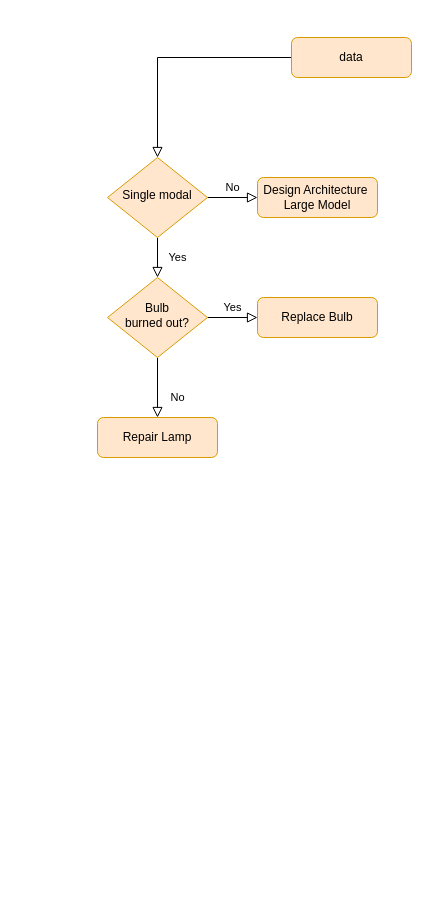
Landau1994/learngit keeps this draw.io diagram as Untitled Diagram.drawio. Above is the earlier version. Source tidied: cells renumbered, new cells numbered last; positions are measured from the earlier drawing's top-left corner, leaving out a move shared by most shapes. Both pictures are drawn from the tidied source at 100%, with x=0, y=0 at pixel (97, 37).
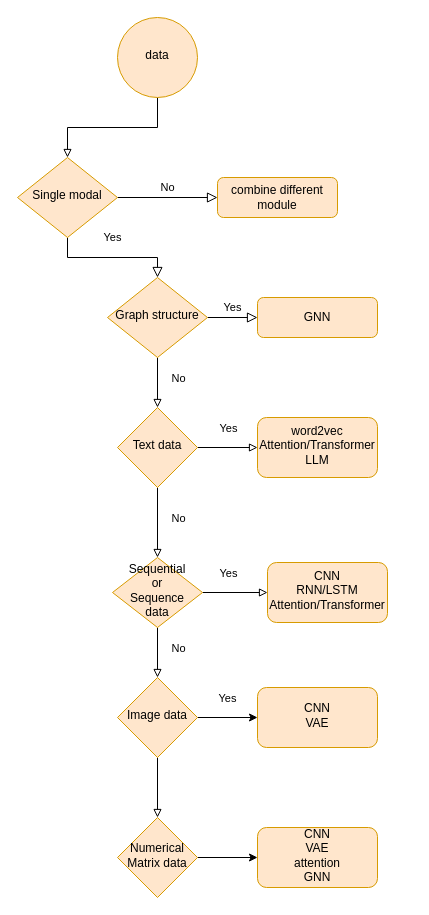
The same diagram, later.

What changed in the source:
```diff
@@
-    <mxCell id="2" style="rounded=0;html=1;jettySize=auto;fontSize=11;endArrow=block;endFill=0;endSize=8;strokeWidth=1;shadow=0;labelBackgroundColor=none;edgeStyle=orthogonalEdgeStyle;" parent="1" edge="1" source="3" target="6">
-      <mxGeometry relative="1" as="geometry" />
-    </mxCell>
-    <mxCell id="3" value="data" style="rounded=1;whiteSpace=wrap;html=1;fontSize=12;glass=0;strokeWidth=1;shadow=0;fillColor=#ffe6cc;strokeColor=#d79b00;" parent="1" vertex="1">
-      <mxGeometry x="194" width="120" height="40" as="geometry" />
-    </mxCell>
@@
     <mxCell id="6" value="Single modal" style="rhombus;whiteSpace=wrap;html=1;shadow=0;fontFamily=Helvetica;fontSize=12;align=center;strokeWidth=1;spacing=6;spacingTop=-4;fillColor=#ffe6cc;strokeColor=#d79b00;" parent="1" vertex="1">
-      <mxGeometry x="10" y="120" width="100" height="80" as="geometry" />
+      <mxGeometry x="-80" y="120" width="100" height="80" as="geometry" />
     </mxCell>
-    <mxCell id="7" value="Design Architecture&amp;nbsp;&lt;br&gt;Large Model" style="rounded=1;whiteSpace=wrap;html=1;fontSize=12;glass=0;strokeWidth=1;shadow=0;fillColor=#ffe6cc;strokeColor=#d79b00;" parent="1" vertex="1">
-      <mxGeometry x="160" y="140" width="120" height="40" as="geometry" />
+    <mxCell id="7" value="combine different module" style="rounded=1;whiteSpace=wrap;html=1;fontSize=12;glass=0;strokeWidth=1;shadow=0;fillColor=#ffe6cc;strokeColor=#d79b00;" parent="1" vertex="1">
+      <mxGeometry x="120" y="140" width="120" height="40" as="geometry" />
     </mxCell>
-    <mxCell id="8" value="No" style="rounded=0;html=1;jettySize=auto;fontSize=11;endArrow=block;endFill=0;endSize=8;strokeWidth=1;shadow=0;labelBackgroundColor=none;edgeStyle=orthogonalEdgeStyle;" parent="1" edge="1" source="10" target="11">
-      <mxGeometry x="0.33" y="20" relative="1" as="geometry" />
-    </mxCell>
@@
+    <mxCell id="13" style="edgeStyle=orthogonalEdgeStyle;rounded=0;jettySize=auto;html=1;endArrow=block;endFill=0;" parent="1" edge="1" source="10" target="19">
+      <mxGeometry relative="1" as="geometry" />
+    </mxCell>
+    <mxCell id="14" value="No" style="edgeLabel;html=1;align=center;verticalAlign=middle;" parent="13" vertex="1">
+      <mxGeometry x="-0.04" y="-1" relative="1" as="geometry">
+        <mxPoint x="21" y="-4" as="offset" />
+      </mxGeometry>
+    </mxCell>
-    <mxCell id="10" value="Bulb&lt;br&gt;burned out?" style="rhombus;whiteSpace=wrap;html=1;shadow=0;fontFamily=Helvetica;fontSize=12;align=center;strokeWidth=1;spacing=6;spacingTop=-4;fillColor=#ffe6cc;strokeColor=#d79b00;" parent="1" vertex="1">
+    <mxCell id="10" value="Graph structure" style="rhombus;whiteSpace=wrap;html=1;shadow=0;fontFamily=Helvetica;fontSize=12;align=center;strokeWidth=1;spacing=6;spacingTop=-4;fillColor=#ffe6cc;strokeColor=#d79b00;" parent="1" vertex="1">
       <mxGeometry x="10" y="240" width="100" height="80" as="geometry" />
     </mxCell>
-    <mxCell id="11" value="Repair Lamp" style="rounded=1;whiteSpace=wrap;html=1;fontSize=12;glass=0;strokeWidth=1;shadow=0;fillColor=#ffe6cc;strokeColor=#d79b00;" parent="1" vertex="1">
-      <mxGeometry y="380" width="120" height="40" as="geometry" />
-    </mxCell>
-    <mxCell id="12" value="Replace Bulb" style="rounded=1;whiteSpace=wrap;html=1;fontSize=12;glass=0;strokeWidth=1;shadow=0;fillColor=#ffe6cc;strokeColor=#d79b00;" parent="1" vertex="1">
+    <mxCell id="12" value="GNN" style="rounded=1;whiteSpace=wrap;html=1;fontSize=12;glass=0;strokeWidth=1;shadow=0;fillColor=#ffe6cc;strokeColor=#d79b00;" parent="1" vertex="1">
       <mxGeometry x="160" y="260" width="120" height="40" as="geometry" />
     </mxCell>
+    <mxCell id="15" style="edgeStyle=orthogonalEdgeStyle;rounded=0;jettySize=auto;html=1;endArrow=block;endFill=0;" parent="1" edge="1" source="19" target="24">
+      <mxGeometry relative="1" as="geometry" />
+    </mxCell>
+    <mxCell id="16" value="No" style="edgeLabel;html=1;align=center;verticalAlign=middle;" parent="15" vertex="1">
+      <mxGeometry x="-0.14" y="-3" relative="1" as="geometry">
+        <mxPoint x="23" as="offset" />
+      </mxGeometry>
+    </mxCell>
+    <mxCell id="17" style="edgeStyle=orthogonalEdgeStyle;rounded=0;jettySize=auto;html=1;endArrow=block;endFill=0;" parent="1" edge="1" source="19" target="25">
+      <mxGeometry relative="1" as="geometry" />
+    </mxCell>
+    <mxCell id="18" value="Yes" style="edgeLabel;html=1;align=center;verticalAlign=middle;" parent="17" vertex="1">
+      <mxGeometry x="0.07" y="-4" relative="1" as="geometry">
+        <mxPoint x="-2" y="-24" as="offset" />
+      </mxGeometry>
+    </mxCell>
+    <mxCell id="19" value="Text data" style="rhombus;whiteSpace=wrap;html=1;fillColor=#ffe6cc;strokeColor=#d79b00;shadow=0;strokeWidth=1;spacing=6;spacingTop=-4;" parent="1" vertex="1">
+      <mxGeometry x="20" y="370" width="80" height="80" as="geometry" />
+    </mxCell>
+    <mxCell id="20" style="edgeStyle=orthogonalEdgeStyle;rounded=0;jettySize=auto;html=1;endArrow=block;endFill=0;" parent="1" edge="1" source="24" target="26">
+      <mxGeometry relative="1" as="geometry" />
+    </mxCell>
+    <mxCell id="21" value="Yes" style="edgeLabel;html=1;align=center;verticalAlign=middle;" parent="20" vertex="1">
+      <mxGeometry x="-0.38" y="-2" relative="1" as="geometry">
+        <mxPoint x="5" y="-22" as="offset" />
+      </mxGeometry>
+    </mxCell>
+    <mxCell id="22" style="edgeStyle=orthogonalEdgeStyle;rounded=0;jettySize=auto;html=1;endArrow=block;endFill=0;" parent="1" edge="1" source="24" target="30">
+      <mxGeometry relative="1" as="geometry" />
+    </mxCell>
+    <mxCell id="23" value="No" style="edgeLabel;html=1;align=center;verticalAlign=middle;" parent="22" vertex="1">
+      <mxGeometry x="-0.36" y="-2" relative="1" as="geometry">
+        <mxPoint x="22" y="4" as="offset" />
+      </mxGeometry>
+    </mxCell>
+    <mxCell id="24" value="Sequential&lt;br&gt;or&lt;br&gt;Sequence data" style="rhombus;whiteSpace=wrap;html=1;fillColor=#ffe6cc;strokeColor=#d79b00;shadow=0;strokeWidth=1;spacing=6;spacingTop=-4;" parent="1" vertex="1">
+      <mxGeometry x="15" y="520" width="90" height="70" as="geometry" />
+    </mxCell>
+    <mxCell id="25" value="word2vec&lt;br style=&quot;border-color: var(--border-color);&quot;&gt;Attention/Transformer&lt;br style=&quot;border-color: var(--border-color);&quot;&gt;LLM" style="rounded=1;whiteSpace=wrap;html=1;fillColor=#ffe6cc;strokeColor=#d79b00;shadow=0;strokeWidth=1;spacing=6;spacingTop=-4;" parent="1" vertex="1">
+      <mxGeometry x="160" y="380" width="120" height="60" as="geometry" />
+    </mxCell>
+    <mxCell id="2" style="edgeStyle=orthogonalEdgeStyle;rounded=0;jettySize=auto;html=1;endArrow=block;endFill=0;" parent="1" edge="1" source="3" target="6">
+      <mxGeometry relative="1" as="geometry" />
+    </mxCell>
+    <mxCell id="3" value="data" style="ellipse;whiteSpace=wrap;html=1;fillColor=#ffe6cc;strokeColor=#d79b00;shadow=0;strokeWidth=1;spacing=6;spacingTop=-4;" parent="1" vertex="1">
+      <mxGeometry x="20" y="-20" width="80" height="80" as="geometry" />
+    </mxCell>
+    <mxCell id="26" value="CNN&lt;br&gt;RNN/LSTM&lt;br&gt;Attention/Transformer" style="rounded=1;whiteSpace=wrap;html=1;fillColor=#ffe6cc;strokeColor=#d79b00;shadow=0;strokeWidth=1;spacing=6;spacingTop=-4;" parent="1" vertex="1">
+      <mxGeometry x="170" y="525" width="120" height="60" as="geometry" />
+    </mxCell>
+    <mxCell id="27" style="edgeStyle=orthogonalEdgeStyle;rounded=0;jettySize=auto;html=1;endArrow=block;endFill=0;" parent="1" edge="1" source="30" target="32">
+      <mxGeometry relative="1" as="geometry" />
+    </mxCell>
+    <mxCell id="28" style="edgeStyle=orthogonalEdgeStyle;rounded=0;jettySize=auto;html=1;" parent="1" edge="1" source="30" target="33">
+      <mxGeometry relative="1" as="geometry" />
+    </mxCell>
+    <mxCell id="29" value="Yes" style="edgeLabel;html=1;align=center;verticalAlign=middle;" parent="28" vertex="1">
+      <mxGeometry x="-0.03" y="1" relative="1" as="geometry">
+        <mxPoint y="-19" as="offset" />
+      </mxGeometry>
+    </mxCell>
+    <mxCell id="30" value="Image data" style="rhombus;whiteSpace=wrap;html=1;fillColor=#ffe6cc;strokeColor=#d79b00;shadow=0;strokeWidth=1;spacing=6;spacingTop=-4;" parent="1" vertex="1">
+      <mxGeometry x="20" y="640" width="80" height="80" as="geometry" />
+    </mxCell>
+    <mxCell id="31" style="edgeStyle=orthogonalEdgeStyle;rounded=0;jettySize=auto;html=1;" parent="1" edge="1" source="32" target="34">
+      <mxGeometry relative="1" as="geometry" />
+    </mxCell>
+    <mxCell id="32" value="Numerical Matrix data" style="rhombus;whiteSpace=wrap;html=1;fillColor=#ffe6cc;strokeColor=#d79b00;shadow=0;strokeWidth=1;spacing=6;spacingTop=-4;" parent="1" vertex="1">
+      <mxGeometry x="20" y="780" width="80" height="80" as="geometry" />
+    </mxCell>
+    <mxCell id="33" value="CNN&lt;br&gt;VAE" style="rounded=1;whiteSpace=wrap;html=1;fillColor=#ffe6cc;strokeColor=#d79b00;shadow=0;strokeWidth=1;spacing=6;spacingTop=-4;" parent="1" vertex="1">
+      <mxGeometry x="160" y="650" width="120" height="60" as="geometry" />
+    </mxCell>
+    <mxCell id="34" value="CNN&lt;br&gt;VAE&lt;br&gt;attention&lt;br&gt;GNN" style="rounded=1;whiteSpace=wrap;html=1;fillColor=#ffe6cc;strokeColor=#d79b00;shadow=0;strokeWidth=1;spacing=6;spacingTop=-4;" parent="1" vertex="1">
+      <mxGeometry x="160" y="790" width="120" height="60" as="geometry" />
+    </mxCell>
```
